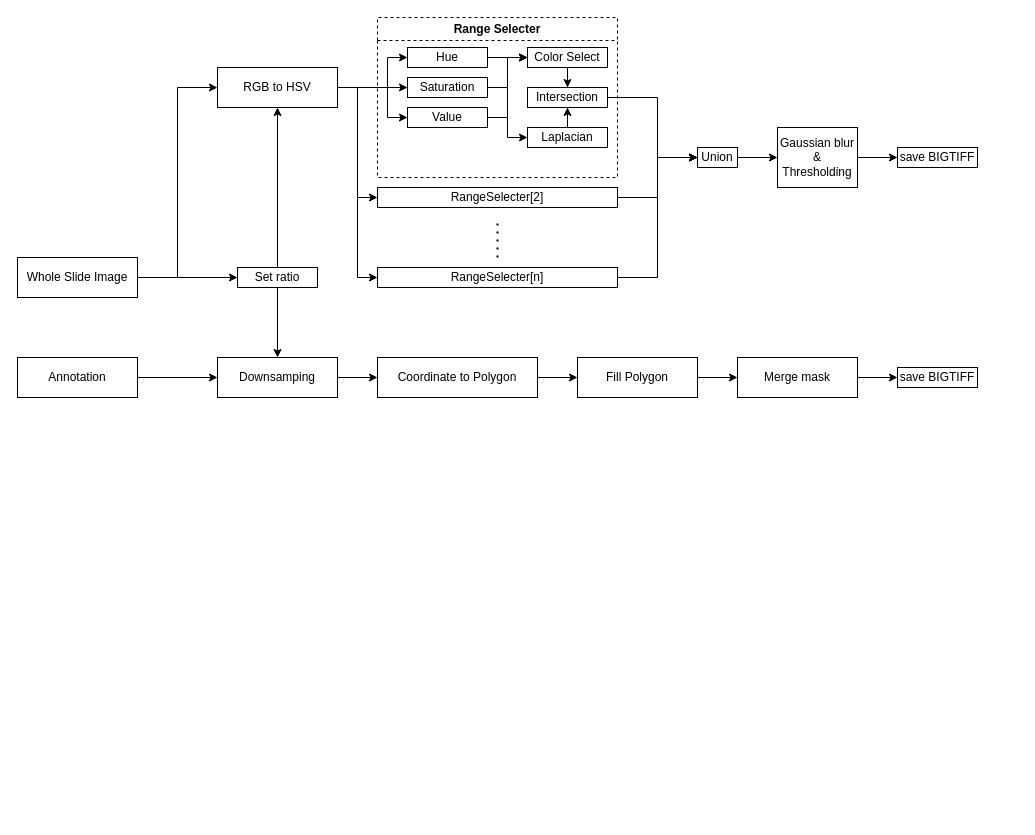
Above: TCGA-LUAD_CNN_Training/Preprocessing/Design/230208_Region_Mask.drawio in seycho/Diagrams_Open_File (draw.io), before the change. Source tidied: cells renumbered, new cells numbered last; positions are measured from the earlier drawing's top-left corner, leaving out a move shared by most shapes. Both pictures are drawn from the tidied source at 100%, with x=0, y=0 at pixel (17, 17).
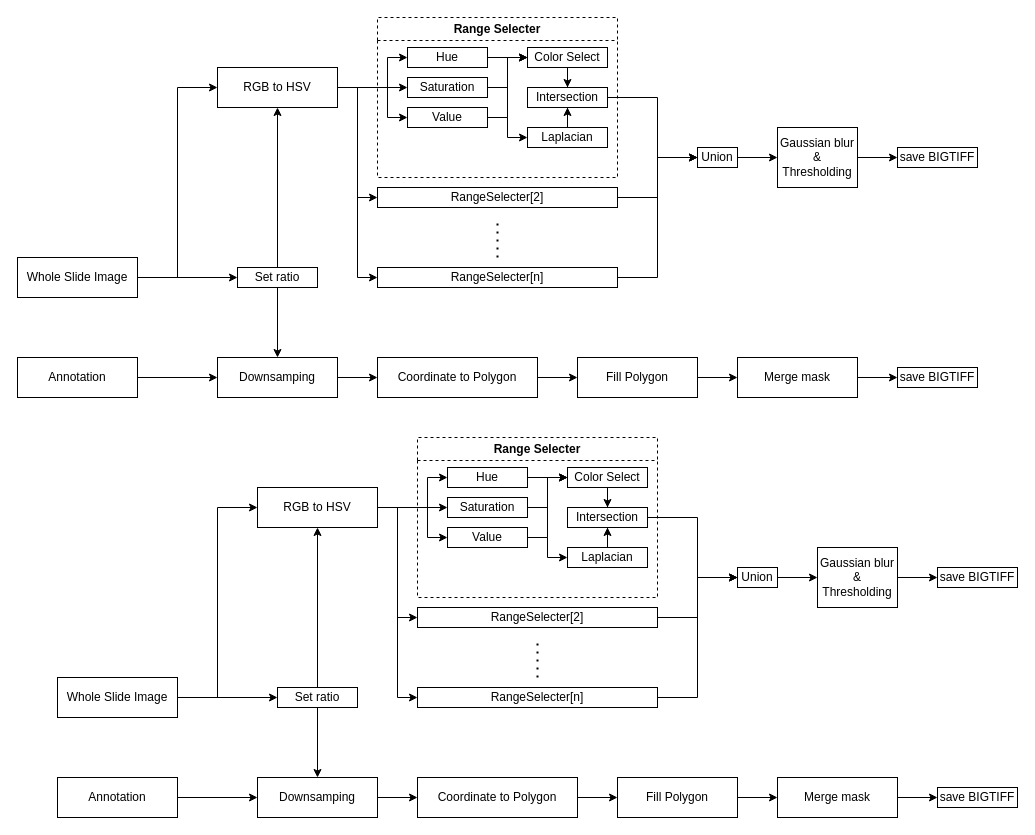
The same diagram, later.

Commit message (it also covers changes not shown here):
WSI CNN MIL process

Diff of the diagram source:
```diff
@@
+    <mxCell id="49" style="edgeStyle=orthogonalEdgeStyle;rounded=0;jettySize=auto;html=1;entryX=0;entryY=0.5;entryDx=0;entryDy=0;" parent="1" edge="1" source="51" target="57">
+      <mxGeometry relative="1" as="geometry" />
+    </mxCell>
+    <mxCell id="50" style="edgeStyle=orthogonalEdgeStyle;rounded=0;jettySize=auto;html=1;entryX=0;entryY=0.5;entryDx=0;entryDy=0;" parent="1" edge="1" source="51" target="88">
+      <mxGeometry relative="1" as="geometry" />
+    </mxCell>
+    <mxCell id="51" value="Whole Slide Image" style="rounded=0;whiteSpace=wrap;html=1;" parent="1" vertex="1">
+      <mxGeometry x="40" y="660" width="120" height="40" as="geometry" />
+    </mxCell>
+    <mxCell id="52" style="edgeStyle=orthogonalEdgeStyle;rounded=0;jettySize=auto;html=1;entryX=0;entryY=0.5;entryDx=0;entryDy=0;" parent="1" edge="1" source="57" target="74">
+      <mxGeometry relative="1" as="geometry" />
+    </mxCell>
+    <mxCell id="53" style="edgeStyle=orthogonalEdgeStyle;rounded=0;jettySize=auto;html=1;entryX=0;entryY=0.5;entryDx=0;entryDy=0;" parent="1" edge="1" source="57" target="76">
+      <mxGeometry relative="1" as="geometry" />
+    </mxCell>
+    <mxCell id="54" style="edgeStyle=orthogonalEdgeStyle;rounded=0;jettySize=auto;html=1;entryX=0;entryY=0.5;entryDx=0;entryDy=0;" parent="1" edge="1" source="57" target="66">
+      <mxGeometry relative="1" as="geometry" />
+    </mxCell>
+    <mxCell id="55" style="edgeStyle=orthogonalEdgeStyle;rounded=0;jettySize=auto;html=1;entryX=0;entryY=0.5;entryDx=0;entryDy=0;" parent="1" edge="1" source="57" target="64">
+      <mxGeometry relative="1" as="geometry">
+        <Array as="points">
+          <mxPoint x="410" y="490" />
+          <mxPoint x="410" y="460" />
+        </Array>
+      </mxGeometry>
+    </mxCell>
+    <mxCell id="56" style="edgeStyle=orthogonalEdgeStyle;rounded=0;jettySize=auto;html=1;entryX=0;entryY=0.5;entryDx=0;entryDy=0;" parent="1" edge="1" source="57" target="69">
+      <mxGeometry relative="1" as="geometry">
+        <Array as="points">
+          <mxPoint x="410" y="490" />
+          <mxPoint x="410" y="520" />
+        </Array>
+      </mxGeometry>
+    </mxCell>
+    <mxCell id="57" value="RGB to HSV" style="rounded=0;whiteSpace=wrap;html=1;" parent="1" vertex="1">
+      <mxGeometry x="240" y="470" width="120" height="40" as="geometry" />
+    </mxCell>
+    <mxCell id="58" style="edgeStyle=orthogonalEdgeStyle;rounded=0;jettySize=auto;html=1;entryX=0;entryY=0.5;entryDx=0;entryDy=0;" parent="1" edge="1" source="59" target="85">
+      <mxGeometry relative="1" as="geometry" />
+    </mxCell>
+    <mxCell id="59" value="Annotation" style="rounded=0;whiteSpace=wrap;html=1;" parent="1" vertex="1">
+      <mxGeometry x="40" y="760" width="120" height="40" as="geometry" />
+    </mxCell>
+    <mxCell id="60" value="Range Selecter" style="swimlane;whiteSpace=wrap;html=1;dashed=1;" parent="1" vertex="1">
+      <mxGeometry x="400" y="420" width="240" height="160" as="geometry" />
+    </mxCell>
+    <mxCell id="61" value="Intersection" style="rounded=0;whiteSpace=wrap;html=1;" parent="60" vertex="1">
+      <mxGeometry x="150" y="70" width="80" height="20" as="geometry" />
+    </mxCell>
+    <mxCell id="62" style="edgeStyle=orthogonalEdgeStyle;rounded=0;jettySize=auto;html=1;entryX=0.5;entryY=0;entryDx=0;entryDy=0;" parent="60" edge="1" source="63" target="61">
+      <mxGeometry relative="1" as="geometry" />
+    </mxCell>
+    <mxCell id="63" value="Color Select" style="rounded=0;whiteSpace=wrap;html=1;" parent="60" vertex="1">
+      <mxGeometry x="150" y="30" width="80" height="20" as="geometry" />
+    </mxCell>
+    <mxCell id="64" value="Hue" style="rounded=0;whiteSpace=wrap;html=1;" parent="60" vertex="1">
+      <mxGeometry x="30" y="30" width="80" height="20" as="geometry" />
+    </mxCell>
+    <mxCell id="65" style="edgeStyle=orthogonalEdgeStyle;rounded=0;jettySize=auto;html=1;entryX=0;entryY=0.5;entryDx=0;entryDy=0;" parent="60" edge="1" source="66" target="63">
+      <mxGeometry relative="1" as="geometry" />
+    </mxCell>
+    <mxCell id="66" value="Saturation" style="rounded=0;whiteSpace=wrap;html=1;" parent="60" vertex="1">
+      <mxGeometry x="30" y="60" width="80" height="20" as="geometry" />
+    </mxCell>
+    <mxCell id="67" style="edgeStyle=orthogonalEdgeStyle;rounded=0;jettySize=auto;html=1;entryX=0;entryY=0.5;entryDx=0;entryDy=0;" parent="60" edge="1" source="69" target="63">
+      <mxGeometry relative="1" as="geometry" />
+    </mxCell>
+    <mxCell id="68" style="edgeStyle=orthogonalEdgeStyle;rounded=0;jettySize=auto;html=1;entryX=0;entryY=0.5;entryDx=0;entryDy=0;" parent="60" edge="1" source="69" target="72">
+      <mxGeometry relative="1" as="geometry" />
+    </mxCell>
+    <mxCell id="69" value="Value" style="rounded=0;whiteSpace=wrap;html=1;" parent="60" vertex="1">
+      <mxGeometry x="30" y="90" width="80" height="20" as="geometry" />
+    </mxCell>
+    <mxCell id="70" style="edgeStyle=orthogonalEdgeStyle;rounded=0;jettySize=auto;html=1;entryX=0;entryY=0.5;entryDx=0;entryDy=0;" parent="60" edge="1" source="64" target="63">
+      <mxGeometry relative="1" as="geometry" />
+    </mxCell>
+    <mxCell id="71" style="edgeStyle=orthogonalEdgeStyle;rounded=0;jettySize=auto;html=1;entryX=0.5;entryY=1;entryDx=0;entryDy=0;" parent="60" edge="1" source="72" target="61">
+      <mxGeometry relative="1" as="geometry" />
+    </mxCell>
+    <mxCell id="72" value="Laplacian" style="rounded=0;whiteSpace=wrap;html=1;" parent="60" vertex="1">
+      <mxGeometry x="150" y="110" width="80" height="20" as="geometry" />
+    </mxCell>
+    <mxCell id="73" style="edgeStyle=orthogonalEdgeStyle;rounded=0;jettySize=auto;html=1;entryX=0;entryY=0.5;entryDx=0;entryDy=0;" parent="1" edge="1" source="74" target="80">
+      <mxGeometry relative="1" as="geometry" />
+    </mxCell>
+    <mxCell id="74" value="RangeSelecter[2]" style="rounded=0;whiteSpace=wrap;html=1;" parent="1" vertex="1">
+      <mxGeometry x="400" y="590" width="240" height="20" as="geometry" />
+    </mxCell>
+    <mxCell id="75" style="edgeStyle=orthogonalEdgeStyle;rounded=0;jettySize=auto;html=1;entryX=0;entryY=0.5;entryDx=0;entryDy=0;" parent="1" edge="1" source="76" target="80">
+      <mxGeometry relative="1" as="geometry" />
+    </mxCell>
+    <mxCell id="76" value="RangeSelecter[n]" style="rounded=0;whiteSpace=wrap;html=1;" parent="1" vertex="1">
+      <mxGeometry x="400" y="670" width="240" height="20" as="geometry" />
+    </mxCell>
+    <mxCell id="77" style="endArrow=none;dashed=1;html=1;dashPattern=1 3;strokeWidth=2;rounded=0;" parent="1" edge="1">
+      <mxGeometry relative="1" as="geometry">
+        <mxPoint x="520" y="660" as="sourcePoint" />
+        <mxPoint x="520" y="620" as="targetPoint" />
+      </mxGeometry>
+    </mxCell>
+    <mxCell id="78" style="edgeStyle=orthogonalEdgeStyle;rounded=0;jettySize=auto;html=1;entryX=0;entryY=0.5;entryDx=0;entryDy=0;" parent="1" edge="1" source="61" target="80">
+      <mxGeometry relative="1" as="geometry">
+        <Array as="points">
+          <mxPoint x="680" y="500" />
+          <mxPoint x="680" y="560" />
+        </Array>
+      </mxGeometry>
+    </mxCell>
+    <mxCell id="79" style="edgeStyle=orthogonalEdgeStyle;rounded=0;jettySize=auto;html=1;entryX=0;entryY=0.5;entryDx=0;entryDy=0;" parent="1" edge="1" source="80" target="82">
+      <mxGeometry relative="1" as="geometry" />
+    </mxCell>
+    <mxCell id="80" value="Union" style="rounded=0;whiteSpace=wrap;html=1;" parent="1" vertex="1">
+      <mxGeometry x="720" y="550" width="40" height="20" as="geometry" />
+    </mxCell>
+    <mxCell id="81" style="edgeStyle=orthogonalEdgeStyle;rounded=0;jettySize=auto;html=1;entryX=0;entryY=0.5;entryDx=0;entryDy=0;" parent="1" edge="1" source="82" target="83">
+      <mxGeometry relative="1" as="geometry" />
+    </mxCell>
+    <mxCell id="82" value="Gaussian blur&lt;br&gt;&amp;amp;&lt;br&gt;Thresholding" style="rounded=0;whiteSpace=wrap;html=1;" parent="1" vertex="1">
+      <mxGeometry x="800" y="530" width="80" height="60" as="geometry" />
+    </mxCell>
+    <mxCell id="83" value="save BIGTIFF" style="rounded=0;whiteSpace=wrap;html=1;" parent="1" vertex="1">
+      <mxGeometry x="920" y="550" width="80" height="20" as="geometry" />
+    </mxCell>
+    <mxCell id="84" style="edgeStyle=orthogonalEdgeStyle;rounded=0;jettySize=auto;html=1;" parent="1" edge="1" source="85" target="93">
+      <mxGeometry relative="1" as="geometry" />
+    </mxCell>
+    <mxCell id="85" value="Downsamping" style="rounded=0;whiteSpace=wrap;html=1;" parent="1" vertex="1">
+      <mxGeometry x="240" y="760" width="120" height="40" as="geometry" />
+    </mxCell>
+    <mxCell id="86" style="edgeStyle=orthogonalEdgeStyle;rounded=0;jettySize=auto;html=1;entryX=0.5;entryY=0;entryDx=0;entryDy=0;" parent="1" edge="1" source="88" target="85">
+      <mxGeometry relative="1" as="geometry" />
+    </mxCell>
+    <mxCell id="87" style="edgeStyle=orthogonalEdgeStyle;rounded=0;jettySize=auto;html=1;entryX=0.5;entryY=1;entryDx=0;entryDy=0;" parent="1" edge="1" source="88" target="57">
+      <mxGeometry relative="1" as="geometry" />
+    </mxCell>
+    <mxCell id="88" value="Set ratio" style="rounded=0;whiteSpace=wrap;html=1;" parent="1" vertex="1">
+      <mxGeometry x="260" y="670" width="80" height="20" as="geometry" />
+    </mxCell>
+    <mxCell id="89" value="save BIGTIFF" style="rounded=0;whiteSpace=wrap;html=1;" parent="1" vertex="1">
+      <mxGeometry x="920" y="770" width="80" height="20" as="geometry" />
+    </mxCell>
+    <mxCell id="90" style="edgeStyle=orthogonalEdgeStyle;rounded=0;jettySize=auto;html=1;" parent="1" edge="1" source="91" target="95">
+      <mxGeometry relative="1" as="geometry" />
+    </mxCell>
+    <mxCell id="91" value="Fill Polygon" style="rounded=0;whiteSpace=wrap;html=1;" parent="1" vertex="1">
+      <mxGeometry x="600" y="760" width="120" height="40" as="geometry" />
+    </mxCell>
+    <mxCell id="92" style="edgeStyle=orthogonalEdgeStyle;rounded=0;jettySize=auto;html=1;" parent="1" edge="1" source="93" target="91">
+      <mxGeometry relative="1" as="geometry" />
+    </mxCell>
+    <mxCell id="93" value="Coordinate to Polygon" style="rounded=0;whiteSpace=wrap;html=1;" parent="1" vertex="1">
+      <mxGeometry x="400" y="760" width="160" height="40" as="geometry" />
+    </mxCell>
+    <mxCell id="94" style="edgeStyle=orthogonalEdgeStyle;rounded=0;jettySize=auto;html=1;" parent="1" edge="1" source="95" target="89">
+      <mxGeometry relative="1" as="geometry" />
+    </mxCell>
+    <mxCell id="95" value="Merge mask" style="rounded=0;whiteSpace=wrap;html=1;" parent="1" vertex="1">
+      <mxGeometry x="760" y="760" width="120" height="40" as="geometry" />
+    </mxCell>
```
